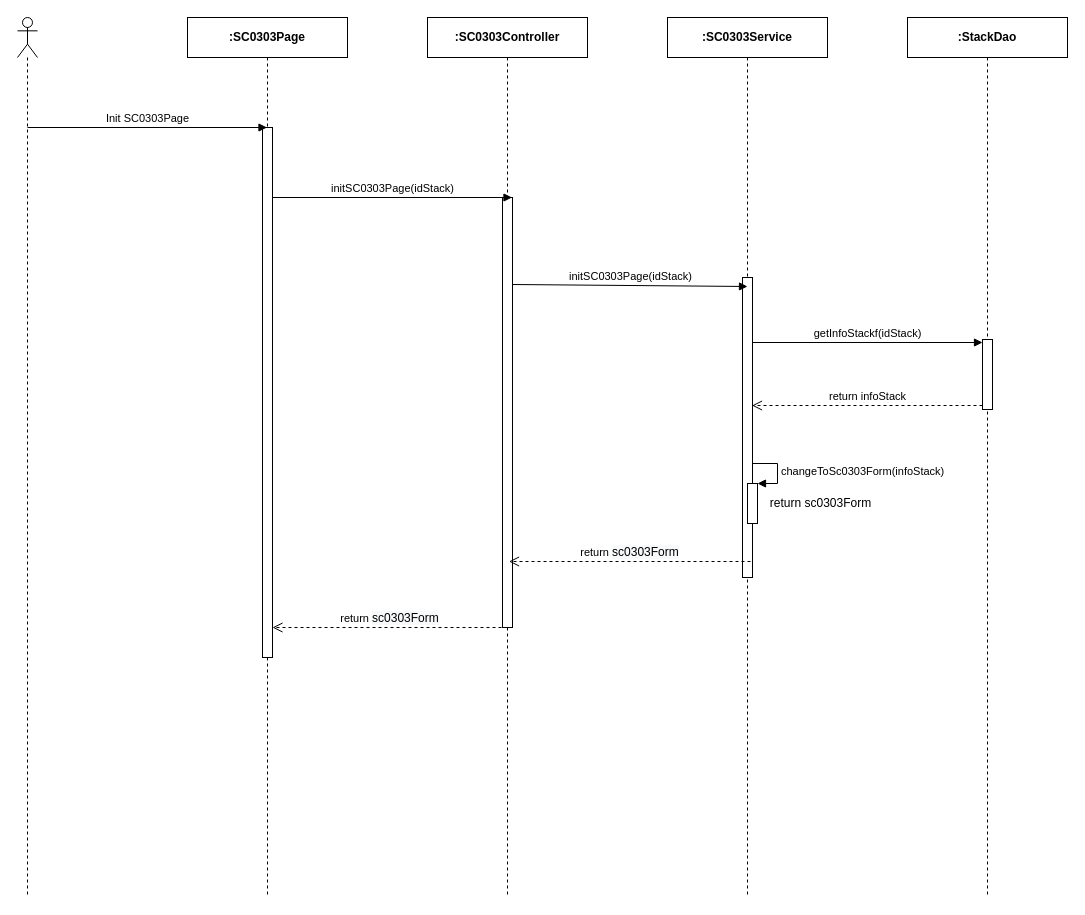
The draw.io diagram page "Ev01" (1 of 3) of 2. Approved/SEQ Diagram/sc03/SC0303_EditStack.drawio in luannmdev/CapstoneDocument, before the edit. Source tidied: cells renumbered, new cells numbered last; positions are measured from the earlier drawing's top-left corner, leaving out a move shared by most shapes. Both pictures are drawn from the tidied source at 100%, with x=0, y=0 at pixel (17, 17).
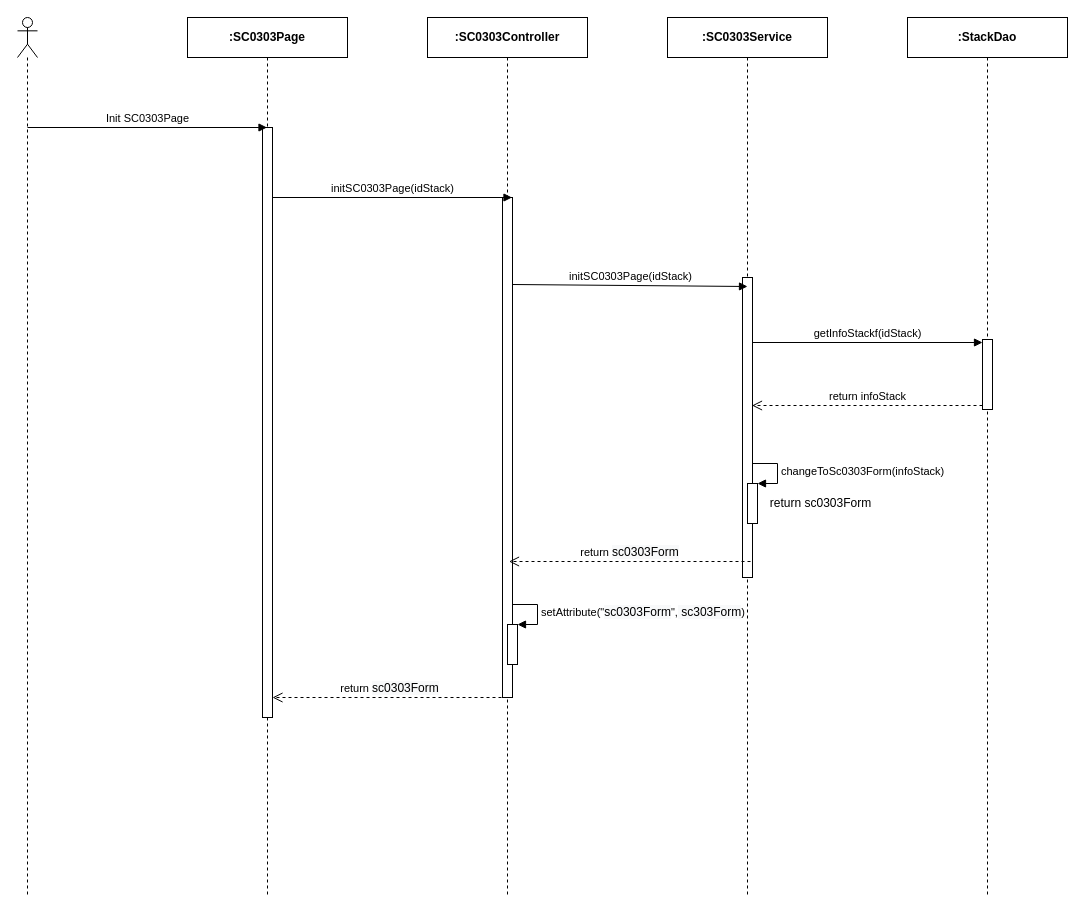
The same diagram, later.

Commit message (it also covers changes not shown here):
TruongTN add setAttribute for form

Unchanged cells that the change refers to:
```xml
<mxCell id="3" value="&lt;b&gt;:SC0303Page&lt;/b&gt;" style="shape=umlLifeline;perimeter=lifelinePerimeter;whiteSpace=wrap;html=1;outlineConnect=0;" parent="1" vertex="1">
  <mxGeometry x="170" width="160" height="880" as="geometry" />
</mxCell>
<mxCell id="11" value="&lt;b&gt;:SC0303Controller&lt;/b&gt;" style="shape=umlLifeline;perimeter=lifelinePerimeter;whiteSpace=wrap;html=1;" parent="1" vertex="1">
  <mxGeometry x="410" width="160" height="880" as="geometry" />
</mxCell>
```

Diff of the diagram source:
```diff
@@
     <mxCell id="4" style="html=1;perimeter=orthogonalPerimeter;" parent="3" vertex="1">
-      <mxGeometry x="75" y="110" width="10" height="530" as="geometry" />
+      <mxGeometry x="75" y="110" width="10" height="590" as="geometry" />
     </mxCell>
@@
     <mxCell id="12" style="html=1;perimeter=orthogonalPerimeter;" parent="11" vertex="1">
-      <mxGeometry x="75" y="180" width="10" height="430" as="geometry" />
+      <mxGeometry x="75" y="180" width="10" height="500" as="geometry" />
     </mxCell>
@@
     <mxCell id="17" value="return&amp;nbsp;&lt;span style=&quot;font-size: 12px ; background-color: rgb(248 , 249 , 250)&quot;&gt;sc0303Form&lt;/span&gt;" style="html=1;verticalAlign=bottom;endArrow=open;dashed=1;endSize=8;" parent="1" edge="1">
       <mxGeometry relative="1" as="geometry">
-        <mxPoint x="490" y="610" as="sourcePoint" />
-        <mxPoint x="255" y="610" as="targetPoint" />
+        <mxPoint x="490" y="680" as="sourcePoint" />
+        <mxPoint x="255" y="680" as="targetPoint" />
       </mxGeometry>
     </mxCell>
@@
+    <mxCell id="21" style="html=1;points=[];perimeter=orthogonalPerimeter;" parent="1" vertex="1">
+      <mxGeometry x="490" y="607" width="10" height="40" as="geometry" />
+    </mxCell>
+    <mxCell id="22" value="&lt;div style=&quot;text-align: center&quot;&gt;setAttribute(&quot;&lt;span style=&quot;font-size: 12px ; text-align: center ; background-color: rgb(248 , 249 , 250)&quot;&gt;sc0303Form&lt;/span&gt;&quot;,&lt;span style=&quot;font-size: 12px ; background-color: rgb(248 , 249 , 250)&quot;&gt;&amp;nbsp;sc303Form&lt;/span&gt;)&lt;/div&gt;" style="edgeStyle=orthogonalEdgeStyle;html=1;align=left;spacingLeft=2;endArrow=block;rounded=0;entryX=1;entryY=0;" parent="1" edge="1" target="21">
+      <mxGeometry relative="1" as="geometry">
+        <mxPoint x="495" y="587" as="sourcePoint" />
+        <Array as="points">
+          <mxPoint x="520" y="587" />
+        </Array>
+      </mxGeometry>
+    </mxCell>
```
